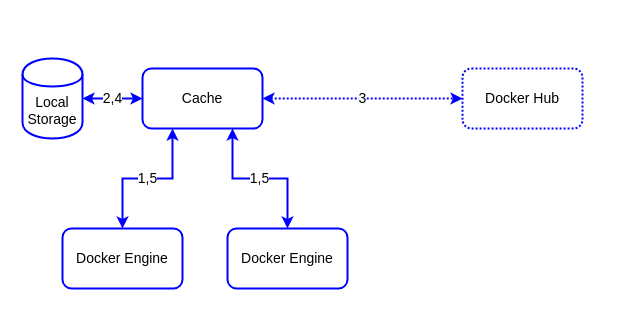
This is registry/img/registry-cache.drawio from sudo-bmitch/presentations, a draw.io file, before an edit. Source tidied: cells renumbered, new cells numbered last; positions are measured from the earlier drawing's top-left corner, leaving out a move shared by most shapes. Both pictures are drawn from the tidied source at 100%, with x=0, y=0 at pixel (22, 58).
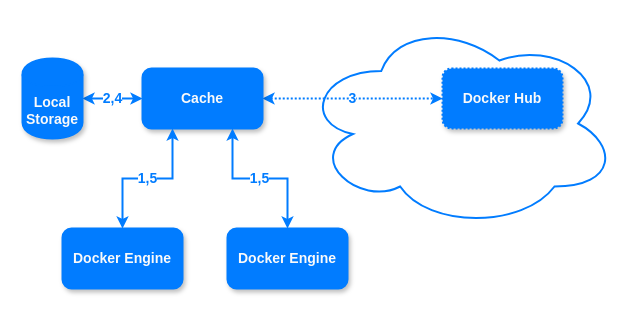
After the change.

Change to the diagram source:
```diff
@@
 <mxGraphModel>
   <root>
     <mxCell id="0" />
     <mxCell id="1" parent="0" />
+    <mxCell id="11" style="ellipse;shape=cloud;whiteSpace=wrap;html=1;rounded=1;shadow=0;glass=0;comic=0;strokeColor=#017cff;strokeWidth=2;fillColor=none;fontFamily=Montserrat;fontSize=14;fontColor=#017CFF;" parent="1" vertex="1">
+      <mxGeometry x="280" y="-40" width="315" height="210" as="geometry" />
+    </mxCell>
-    <mxCell id="2" value="3" style="edgeStyle=orthogonalEdgeStyle;rounded=0;jettySize=auto;html=1;exitX=1;exitY=0.5;exitDx=0;exitDy=0;entryX=0;entryY=0.5;entryDx=0;entryDy=0;strokeWidth=2;fontSize=14;startArrow=classic;startFill=1;strokeColor=#0000FF;dashed=1;dashPattern=1 1;" parent="1" edge="1" source="4" target="6">
+    <mxCell id="2" value="3" style="edgeStyle=orthogonalEdgeStyle;rounded=0;jettySize=auto;html=1;exitX=1;exitY=0.5;exitDx=0;exitDy=0;entryX=0;entryY=0.5;entryDx=0;entryDy=0;strokeWidth=2;fontSize=14;startArrow=classic;startFill=1;strokeColor=#017cff;dashed=1;dashPattern=1 1;fontFamily=Montserrat;FType=w;fontStyle=1;fontColor=#017CFF;shadow=0;" parent="1" edge="1" source="4" target="6">
       <mxGeometry relative="1" as="geometry" />
     </mxCell>
-    <mxCell id="3" value="2,4" style="edgeStyle=orthogonalEdgeStyle;rounded=0;jettySize=auto;html=1;exitX=0;exitY=0.5;exitDx=0;exitDy=0;entryX=1;entryY=0.5;entryDx=0;entryDy=0;strokeWidth=2;fontSize=14;startArrow=classic;startFill=1;strokeColor=#0000FF;" parent="1" edge="1" source="4" target="5">
+    <mxCell id="3" value="2,4" style="edgeStyle=orthogonalEdgeStyle;rounded=0;jettySize=auto;html=1;exitX=0;exitY=0.5;exitDx=0;exitDy=0;entryX=1;entryY=0.5;entryDx=0;entryDy=0;strokeWidth=2;fontSize=14;startArrow=classic;startFill=1;strokeColor=#017cff;fontFamily=Montserrat;FType=w;fontStyle=1;fontColor=#017CFF;shadow=0;" parent="1" edge="1" source="4" target="5">
       <mxGeometry relative="1" as="geometry" />
     </mxCell>
-    <mxCell id="4" value="Cache" style="rounded=1;whiteSpace=wrap;html=1;strokeWidth=2;fontSize=14;shadow=0;glass=0;comic=0;strokeColor=#0000FF;" parent="1" vertex="1">
+    <mxCell id="4" value="Cache" style="rounded=1;whiteSpace=wrap;html=1;strokeWidth=2;fontSize=14;shadow=1;glass=0;comic=0;strokeColor=#017cff;fontFamily=Montserrat;FType=w;fillColor=#017CFF;fontColor=#fafafa;fontStyle=1;" parent="1" vertex="1">
       <mxGeometry x="120" y="10" width="120" height="60" as="geometry" />
     </mxCell>
-    <mxCell id="5" value="Local Storage" style="shape=cylinder;whiteSpace=wrap;html=1;boundedLbl=1;backgroundOutline=1;strokeWidth=2;fontSize=14;strokeColor=#0000FF;" parent="1" vertex="1">
+    <mxCell id="5" value="Local Storage" style="shape=cylinder;whiteSpace=wrap;html=1;boundedLbl=1;backgroundOutline=1;strokeWidth=2;fontSize=14;strokeColor=#017cff;fontFamily=Montserrat;FType=w;fillColor=#017CFF;fontColor=#fafafa;fontStyle=1;shadow=1;" parent="1" vertex="1">
       <mxGeometry width="60" height="80" as="geometry" />
     </mxCell>
-    <mxCell id="6" value="Docker Hub" style="rounded=1;whiteSpace=wrap;html=1;strokeWidth=2;fontSize=14;strokeColor=#0000FF;dashed=1;dashPattern=1 1;" parent="1" vertex="1">
-      <mxGeometry x="440" y="10" width="120" height="60" as="geometry" />
+    <mxCell id="6" value="Docker Hub" style="rounded=1;whiteSpace=wrap;html=1;strokeWidth=2;fontSize=14;strokeColor=#017cff;dashed=1;dashPattern=1 1;fontFamily=Montserrat;FType=w;fillColor=#017CFF;fontColor=#fafafa;fontStyle=1;shadow=1;" parent="1" vertex="1">
+      <mxGeometry x="420" y="10" width="120" height="60" as="geometry" />
     </mxCell>
-    <mxCell id="7" value="&lt;div&gt;1,5&lt;/div&gt;" style="edgeStyle=orthogonalEdgeStyle;rounded=0;jettySize=auto;html=1;exitX=0.5;exitY=0;exitDx=0;exitDy=0;entryX=0.25;entryY=1;entryDx=0;entryDy=0;strokeWidth=2;fontSize=14;strokeColor=#0000FF;startArrow=classic;startFill=1;" parent="1" edge="1" source="8" target="4">
+    <mxCell id="7" value="&lt;div&gt;1,5&lt;/div&gt;" style="edgeStyle=orthogonalEdgeStyle;rounded=0;jettySize=auto;html=1;exitX=0.5;exitY=0;exitDx=0;exitDy=0;entryX=0.25;entryY=1;entryDx=0;entryDy=0;strokeWidth=2;fontSize=14;strokeColor=#017cff;startArrow=classic;startFill=1;fontFamily=Montserrat;FType=w;fontStyle=1;fontColor=#017CFF;shadow=0;" parent="1" edge="1" source="8" target="4">
       <mxGeometry relative="1" as="geometry" />
     </mxCell>
-    <mxCell id="8" value="Docker Engine" style="rounded=1;whiteSpace=wrap;html=1;strokeWidth=2;fontSize=14;strokeColor=#0000FF;" parent="1" vertex="1">
+    <mxCell id="8" value="Docker Engine" style="rounded=1;whiteSpace=wrap;html=1;strokeWidth=2;fontSize=14;strokeColor=#017cff;fontFamily=Montserrat;FType=w;fillColor=#017CFF;fontColor=#fafafa;fontStyle=1;shadow=1;" parent="1" vertex="1">
       <mxGeometry x="40" y="170" width="120" height="60" as="geometry" />
     </mxCell>
-    <mxCell id="9" value="1,5" style="edgeStyle=orthogonalEdgeStyle;rounded=0;jettySize=auto;html=1;exitX=0.5;exitY=0;exitDx=0;exitDy=0;entryX=0.75;entryY=1;entryDx=0;entryDy=0;startArrow=classic;startFill=1;strokeColor=#0000FF;strokeWidth=2;fontSize=14;" parent="1" edge="1" source="10" target="4">
+    <mxCell id="9" value="1,5" style="edgeStyle=orthogonalEdgeStyle;rounded=0;jettySize=auto;html=1;exitX=0.5;exitY=0;exitDx=0;exitDy=0;entryX=0.75;entryY=1;entryDx=0;entryDy=0;startArrow=classic;startFill=1;strokeColor=#017cff;strokeWidth=2;fontSize=14;fontFamily=Montserrat;FType=w;fontStyle=1;fontColor=#017CFF;shadow=0;" parent="1" edge="1" source="10" target="4">
       <mxGeometry relative="1" as="geometry" />
     </mxCell>
-    <mxCell id="10" value="Docker Engine" style="rounded=1;whiteSpace=wrap;html=1;strokeWidth=2;fontSize=14;strokeColor=#0000FF;" parent="1" vertex="1">
+    <mxCell id="10" value="Docker Engine" style="rounded=1;whiteSpace=wrap;html=1;strokeWidth=2;fontSize=14;strokeColor=#017cff;fontFamily=Montserrat;FType=w;fillColor=#017CFF;fontColor=#fafafa;fontStyle=1;shadow=1;" parent="1" vertex="1">
       <mxGeometry x="205" y="170" width="120" height="60" as="geometry" />
     </mxCell>
   </root>
 </mxGraphModel>
```
